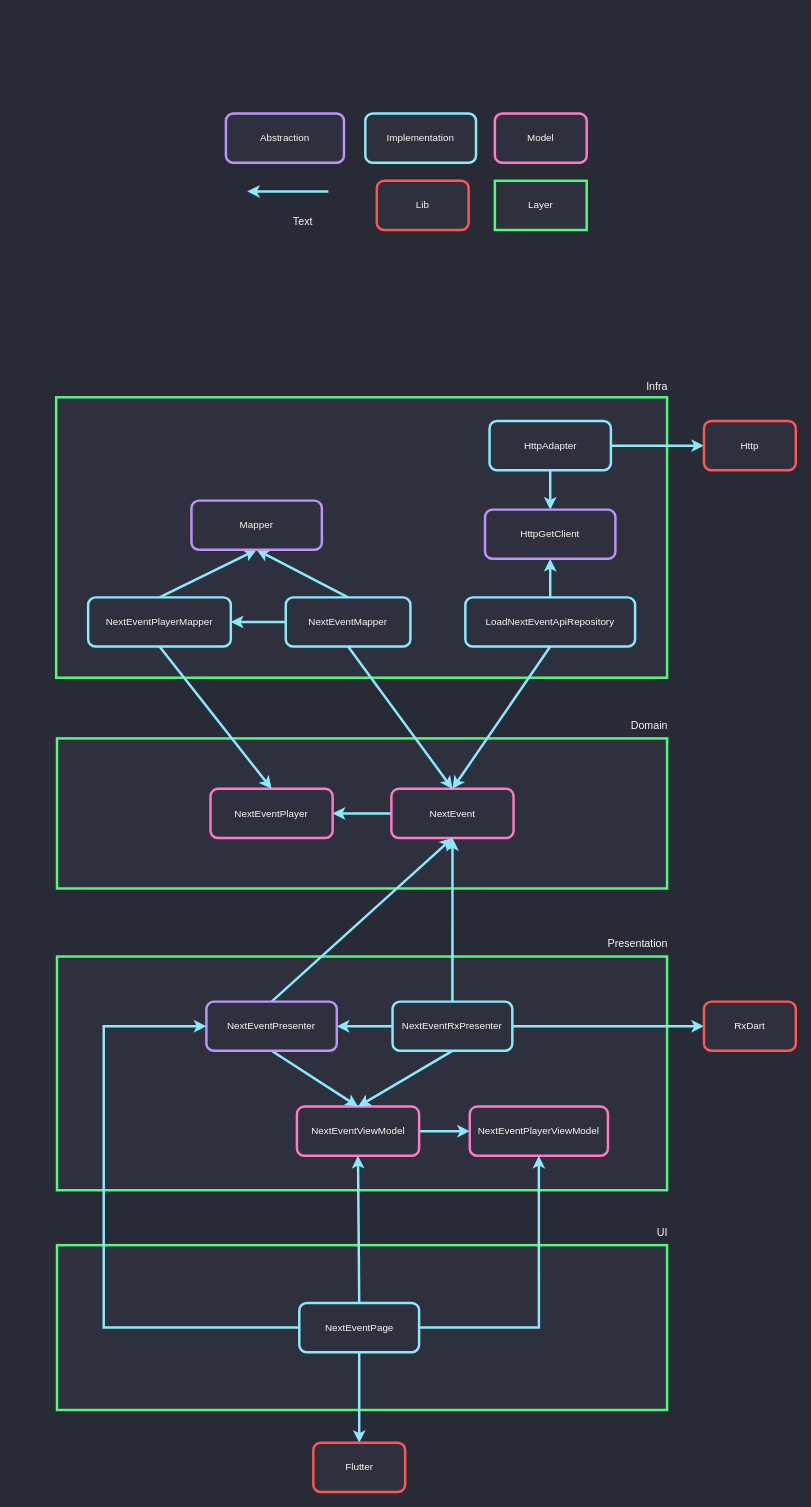
rmanguinho/advanced-flutter keeps this draw.io diagram as docs/dependencies.drawio. Above is the earlier version. Source tidied: cells renumbered, new cells numbered last; positions are measured from the earlier drawing's top-left corner, leaving out a move shared by most shapes. Both pictures are drawn from the tidied source at 82%, with x=0, y=0 at pixel (56, 113).
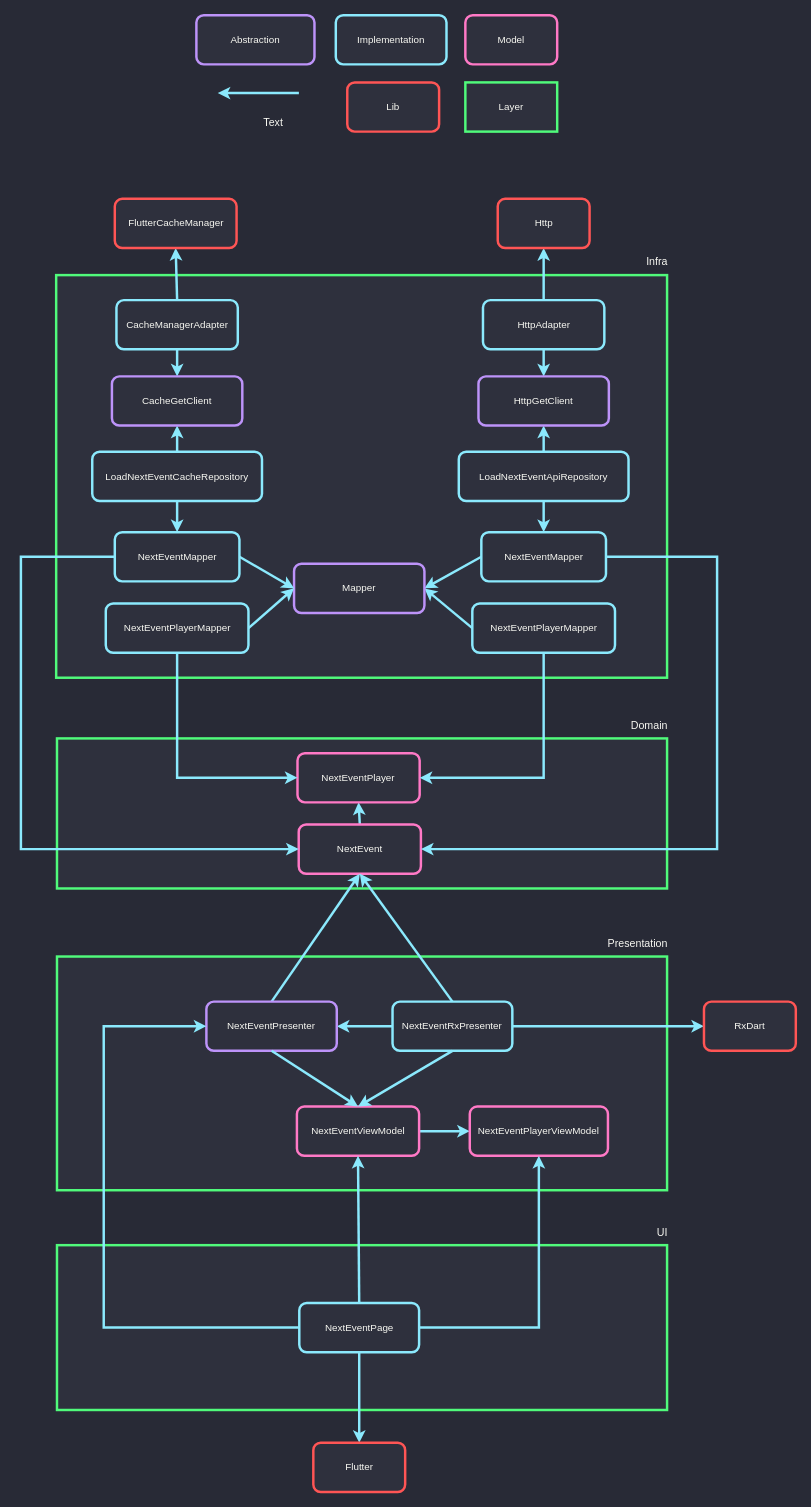
After the change.

Commit message:
update dependencies diagram

Unchanged cells that the change refers to:
```xml
<mxCell id="36" value="NextEventViewModel" style="rounded=1;whiteSpace=wrap;html=1;strokeColor=#FF79C6;fillColor=#2E303D;strokeWidth=3;fontColor=#F8F8F2;" parent="1" vertex="1">
  <mxGeometry x="293.6" y="1211" width="149" height="60" as="geometry" />
</mxCell>
<mxCell id="41" value="NextEventRxPresenter" style="rounded=1;whiteSpace=wrap;html=1;strokeColor=#8BE9FD;fillColor=#2E303D;strokeWidth=3;fontColor=#F8F8F2;" parent="1" vertex="1">
  <mxGeometry x="410.2" y="1083" width="146.1" height="60" as="geometry" />
</mxCell>
<mxCell id="47" value="NextEventPresenter" style="rounded=1;whiteSpace=wrap;html=1;strokeColor=#BD93F9;fillColor=#2E303D;strokeWidth=3;fontColor=#F8F8F2;" parent="1" vertex="1">
  <mxGeometry x="183.2" y="1083" width="159" height="60" as="geometry" />
</mxCell>
```

Diff of the diagram source:
```diff
@@
     <mxCell id="2" value="Abstraction" style="rounded=1;whiteSpace=wrap;html=1;strokeColor=#BD93F9;fillColor=#2E303D;strokeWidth=3;fontColor=#F8F8F2;" parent="1" vertex="1">
-      <mxGeometry x="207" width="144" height="60" as="geometry" />
+      <mxGeometry x="171" y="-120" width="144" height="60" as="geometry" />
     </mxCell>
     <mxCell id="3" value="Model" style="rounded=1;whiteSpace=wrap;html=1;strokeColor=#FF79C6;fillColor=#2E303D;strokeWidth=3;fontColor=#F8F8F2;" parent="1" vertex="1">
-      <mxGeometry x="535" width="112" height="60" as="geometry" />
+      <mxGeometry x="499" y="-120" width="112" height="60" as="geometry" />
     </mxCell>
     <mxCell id="4" value="Text" style="text;html=1;align=right;verticalAlign=middle;spacingTop=0;fontColor=#F8F8F2;fontSize=13;spacing=0;" parent="1" vertex="1">
-      <mxGeometry x="274" y="120" width="38" height="22" as="geometry" />
+      <mxGeometry x="238" width="38" height="22" as="geometry" />
     </mxCell>
@@
     <mxCell id="7" style="edgeStyle=orthogonalEdgeStyle;rounded=0;orthogonalLoop=1;jettySize=auto;html=1;strokeColor=#8BE9FD;strokeWidth=3;" parent="1" edge="1">
       <mxGeometry relative="1" as="geometry">
-        <mxPoint x="332" y="95" as="sourcePoint" />
-        <mxPoint x="233" y="95" as="targetPoint" />
+        <mxPoint x="296" y="-25" as="sourcePoint" />
+        <mxPoint x="197" y="-25" as="targetPoint" />
       </mxGeometry>
     </mxCell>
     <mxCell id="8" value="Implementation" style="rounded=1;whiteSpace=wrap;html=1;strokeColor=#8BE9FD;fillColor=#2E303D;strokeWidth=3;fontColor=#F8F8F2;" parent="1" vertex="1">
-      <mxGeometry x="377" width="135" height="60" as="geometry" />
+      <mxGeometry x="341" y="-120" width="135" height="60" as="geometry" />
     </mxCell>
     <mxCell id="9" value="Layer" style="rounded=0;whiteSpace=wrap;html=1;strokeColor=#50FA7B;fillColor=#2E303D;strokeWidth=3;fontColor=#F8F8F2;" parent="1" vertex="1">
-      <mxGeometry x="535" y="82" width="112" height="60" as="geometry" />
+      <mxGeometry x="499" y="-38" width="112" height="60" as="geometry" />
     </mxCell>
     <mxCell id="10" value="Lib" style="rounded=1;whiteSpace=wrap;html=1;strokeColor=#FF5555;fillColor=#2E303D;strokeWidth=3;fontColor=#F8F8F2;" parent="1" vertex="1">
-      <mxGeometry x="391" y="82" width="112" height="60" as="geometry" />
+      <mxGeometry x="355" y="-38" width="112" height="60" as="geometry" />
     </mxCell>
@@
-    <mxCell id="13" style="edgeStyle=none;html=1;exitX=0;exitY=0.5;exitDx=0;exitDy=0;entryX=1;entryY=0.5;entryDx=0;entryDy=0;rounded=0;strokeColor=#8BE9FD;strokeWidth=3;" parent="1" edge="1" source="14" target="20">
+    <mxCell id="13" style="edgeStyle=none;html=1;exitX=0.5;exitY=0;exitDx=0;exitDy=0;entryX=0.5;entryY=1;entryDx=0;entryDy=0;rounded=0;strokeColor=#8BE9FD;strokeWidth=3;" parent="1" edge="1" source="14" target="20">
       <mxGeometry relative="1" as="geometry" />
     </mxCell>
     <mxCell id="14" value="NextEvent" style="rounded=1;whiteSpace=wrap;html=1;strokeColor=#FF79C6;fillColor=#2E303D;strokeWidth=3;fontColor=#F8F8F2;" parent="1" vertex="1">
-      <mxGeometry x="408.8" y="823.5" width="149" height="60" as="geometry" />
+      <mxGeometry x="295.8" y="867" width="149" height="60" as="geometry" />
     </mxCell>
     <mxCell id="15" style="rounded=0;whiteSpace=wrap;html=1;strokeColor=#50FA7B;fillColor=#2E303D;strokeWidth=3;fontColor=#F8F8F2;" parent="1" vertex="1">
-      <mxGeometry y="346" width="745" height="342" as="geometry" />
+      <mxGeometry y="197" width="745" height="491" as="geometry" />
     </mxCell>
     <mxCell id="16" value="Infra" style="text;html=1;align=right;verticalAlign=middle;spacingTop=0;fontColor=#F8F8F2;fontSize=13;spacing=0;" parent="1" vertex="1">
-      <mxGeometry x="705" y="322" width="40" height="22" as="geometry" />
+      <mxGeometry x="705" y="169" width="40" height="22" as="geometry" />
     </mxCell>
@@
-    <mxCell id="18" style="edgeStyle=none;html=1;exitX=1;exitY=0.5;exitDx=0;exitDy=0;entryX=0;entryY=0.5;entryDx=0;entryDy=0;rounded=0;strokeColor=#8BE9FD;strokeWidth=3;" parent="1" edge="1" source="19" target="25">
+    <mxCell id="18" style="edgeStyle=none;html=1;exitX=0.5;exitY=0;exitDx=0;exitDy=0;rounded=0;strokeColor=#8BE9FD;strokeWidth=3;" parent="1" edge="1" source="19" target="25">
       <mxGeometry relative="1" as="geometry" />
     </mxCell>
     <mxCell id="19" value="HttpAdapter" style="rounded=1;whiteSpace=wrap;html=1;strokeColor=#8BE9FD;fillColor=#2E303D;strokeWidth=3;fontColor=#F8F8F2;" parent="1" vertex="1">
-      <mxGeometry x="528.5" y="375" width="148" height="60" as="geometry" />
+      <mxGeometry x="520.5" y="227.5" width="148" height="60" as="geometry" />
     </mxCell>
     <mxCell id="20" value="NextEventPlayer" style="rounded=1;whiteSpace=wrap;html=1;strokeColor=#FF79C6;fillColor=#2E303D;strokeWidth=3;fontColor=#F8F8F2;" parent="1" vertex="1">
-      <mxGeometry x="188.2" y="823.5" width="149" height="60" as="geometry" />
+      <mxGeometry x="294.3" y="780" width="149" height="60" as="geometry" />
     </mxCell>
-    <mxCell id="21" value="HttpGetClient" style="rounded=1;whiteSpace=wrap;html=1;strokeColor=#BD93F9;fillColor=#2E303D;strokeWidth=3;fontColor=#F8F8F2;" parent="1" vertex="1">
-      <mxGeometry x="523" y="483" width="159" height="60" as="geometry" />
-    </mxCell>
-    <mxCell id="22" style="edgeStyle=none;html=1;exitX=0.5;exitY=1;exitDx=0;exitDy=0;entryX=0.5;entryY=0;entryDx=0;entryDy=0;rounded=0;strokeColor=#8BE9FD;strokeWidth=3;" parent="1" edge="1" source="24" target="14">
-      <mxGeometry relative="1" as="geometry" />
-    </mxCell>
@@
     <mxCell id="24" value="LoadNextEventApiRepository" style="rounded=1;whiteSpace=wrap;html=1;strokeColor=#8BE9FD;fillColor=#2E303D;strokeWidth=3;fontColor=#F8F8F2;" parent="1" vertex="1">
-      <mxGeometry x="499" y="590" width="207" height="60" as="geometry" />
+      <mxGeometry x="491" y="412.5" width="207" height="60" as="geometry" />
     </mxCell>
     <mxCell id="25" value="Http" style="rounded=1;whiteSpace=wrap;html=1;strokeColor=#FF5555;fillColor=#2E303D;strokeWidth=3;fontColor=#F8F8F2;" parent="1" vertex="1">
-      <mxGeometry x="790" y="375" width="112" height="60" as="geometry" />
+      <mxGeometry x="538.5" y="104" width="112" height="60" as="geometry" />
     </mxCell>
-    <mxCell id="26" style="edgeStyle=none;html=1;exitX=0;exitY=0.5;exitDx=0;exitDy=0;entryX=1;entryY=0.5;entryDx=0;entryDy=0;rounded=0;strokeColor=#8BE9FD;strokeWidth=3;" parent="1" edge="1" source="29" target="32">
-      <mxGeometry relative="1" as="geometry" />
-    </mxCell>
-    <mxCell id="27" style="edgeStyle=none;html=1;exitX=0.5;exitY=0;exitDx=0;exitDy=0;entryX=0.5;entryY=1;entryDx=0;entryDy=0;rounded=0;strokeColor=#8BE9FD;strokeWidth=3;" parent="1" edge="1" source="29" target="45">
+    <mxCell id="27" style="edgeStyle=none;html=1;exitX=0;exitY=0.5;exitDx=0;exitDy=0;entryX=1;entryY=0.5;entryDx=0;entryDy=0;rounded=0;strokeColor=#8BE9FD;strokeWidth=3;" parent="1" edge="1" source="29" target="45">
       <mxGeometry relative="1" as="geometry" />
     </mxCell>
-    <mxCell id="28" style="edgeStyle=none;html=1;exitX=0.5;exitY=1;exitDx=0;exitDy=0;entryX=0.5;entryY=0;entryDx=0;entryDy=0;rounded=0;strokeColor=#8BE9FD;strokeWidth=3;" parent="1" edge="1" source="29" target="14">
-      <mxGeometry relative="1" as="geometry" />
+    <mxCell id="28" style="edgeStyle=orthogonalEdgeStyle;html=1;exitX=1;exitY=0.5;exitDx=0;exitDy=0;entryX=1;entryY=0.5;entryDx=0;entryDy=0;rounded=0;strokeColor=#8BE9FD;strokeWidth=3;" parent="1" edge="1" source="29" target="14">
+      <mxGeometry relative="1" as="geometry">
+        <Array as="points">
+          <mxPoint x="806" y="541" />
+          <mxPoint x="806" y="897" />
+        </Array>
+      </mxGeometry>
     </mxCell>
     <mxCell id="29" value="NextEventMapper" style="rounded=1;whiteSpace=wrap;html=1;strokeColor=#8BE9FD;fillColor=#2E303D;strokeWidth=3;fontColor=#F8F8F2;" parent="1" vertex="1">
-      <mxGeometry x="280" y="590" width="152" height="60" as="geometry" />
+      <mxGeometry x="518.5" y="510.5" width="152" height="60" as="geometry" />
     </mxCell>
-    <mxCell id="30" style="edgeStyle=none;html=1;exitX=0.5;exitY=0;exitDx=0;exitDy=0;entryX=0.5;entryY=1;entryDx=0;entryDy=0;rounded=0;strokeColor=#8BE9FD;strokeWidth=3;" parent="1" edge="1" source="32" target="45">
+    <mxCell id="30" style="edgeStyle=none;html=1;exitX=0;exitY=0.5;exitDx=0;exitDy=0;entryX=1;entryY=0.5;entryDx=0;entryDy=0;rounded=0;strokeColor=#8BE9FD;strokeWidth=3;" parent="1" edge="1" source="32" target="45">
       <mxGeometry relative="1" as="geometry" />
     </mxCell>
-    <mxCell id="31" style="edgeStyle=none;html=1;exitX=0.5;exitY=1;exitDx=0;exitDy=0;entryX=0.5;entryY=0;entryDx=0;entryDy=0;rounded=0;strokeColor=#8BE9FD;strokeWidth=3;" parent="1" edge="1" source="32" target="20">
+    <mxCell id="31" style="edgeStyle=orthogonalEdgeStyle;html=1;exitX=0.5;exitY=1;exitDx=0;exitDy=0;entryX=1;entryY=0.5;entryDx=0;entryDy=0;rounded=0;strokeColor=#8BE9FD;strokeWidth=3;" parent="1" edge="1" source="32" target="20">
       <mxGeometry relative="1" as="geometry" />
     </mxCell>
     <mxCell id="32" value="NextEventPlayerMapper" style="rounded=1;whiteSpace=wrap;html=1;strokeColor=#8BE9FD;fillColor=#2E303D;strokeWidth=3;fontColor=#F8F8F2;" parent="1" vertex="1">
-      <mxGeometry x="39" y="590" width="174" height="60" as="geometry" />
+      <mxGeometry x="507.5" y="597.5" width="174" height="60" as="geometry" />
     </mxCell>
@@
-    <mxCell id="37" style="edgeStyle=none;html=1;exitX=0.5;exitY=1;exitDx=0;exitDy=0;entryX=0.5;entryY=0;entryDx=0;entryDy=0;rounded=0;strokeColor=#8BE9FD;strokeWidth=3;" parent="1" edge="1" source="41" target="36">
-      <mxGeometry relative="1" as="geometry" />
-    </mxCell>
@@
-    <mxCell id="42" style="edgeStyle=none;html=1;exitX=0.5;exitY=1;exitDx=0;exitDy=0;entryX=0.5;entryY=0;entryDx=0;entryDy=0;rounded=0;strokeColor=#8BE9FD;strokeWidth=3;" parent="1" edge="1" source="47" target="36">
-      <mxGeometry relative="1" as="geometry" />
-    </mxCell>
@@
-    <mxCell id="45" value="Mapper" style="rounded=1;whiteSpace=wrap;html=1;strokeColor=#BD93F9;fillColor=#2E303D;strokeWidth=3;fontColor=#F8F8F2;" parent="1" vertex="1">
-      <mxGeometry x="165" y="472" width="159" height="60" as="geometry" />
-    </mxCell>
@@
+    <mxCell id="21" value="HttpGetClient" style="rounded=1;whiteSpace=wrap;html=1;strokeColor=#BD93F9;fillColor=#2E303D;strokeWidth=3;fontColor=#F8F8F2;" parent="1" vertex="1">
+      <mxGeometry x="515" y="320.5" width="159" height="60" as="geometry" />
+    </mxCell>
+    <mxCell id="56" style="edgeStyle=none;html=1;exitX=0.5;exitY=1;exitDx=0;exitDy=0;rounded=0;strokeColor=#8BE9FD;strokeWidth=3;entryX=0.5;entryY=0;entryDx=0;entryDy=0;" parent="1" edge="1" source="24" target="29">
+      <mxGeometry relative="1" as="geometry" />
+    </mxCell>
+    <mxCell id="42" style="edgeStyle=none;html=1;exitX=0.5;exitY=1;exitDx=0;exitDy=0;entryX=0.5;entryY=0;entryDx=0;entryDy=0;rounded=0;strokeColor=#8BE9FD;strokeWidth=3;" parent="1" edge="1" source="47" target="36">
+      <mxGeometry relative="1" as="geometry" />
+    </mxCell>
+    <mxCell id="37" style="edgeStyle=none;html=1;exitX=0.5;exitY=1;exitDx=0;exitDy=0;entryX=0.5;entryY=0;entryDx=0;entryDy=0;rounded=0;strokeColor=#8BE9FD;strokeWidth=3;" parent="1" edge="1" source="41" target="36">
+      <mxGeometry relative="1" as="geometry" />
+    </mxCell>
+    <mxCell id="45" value="Mapper" style="rounded=1;whiteSpace=wrap;html=1;strokeColor=#BD93F9;fillColor=#2E303D;strokeWidth=3;fontColor=#F8F8F2;" parent="1" vertex="1">
+      <mxGeometry x="290.1" y="549" width="159" height="60" as="geometry" />
+    </mxCell>
+    <mxCell id="57" style="edgeStyle=none;html=1;exitX=0.5;exitY=1;exitDx=0;exitDy=0;entryX=0.5;entryY=0;entryDx=0;entryDy=0;rounded=0;strokeColor=#8BE9FD;strokeWidth=3;" parent="1" edge="1" source="59" target="69">
+      <mxGeometry relative="1" as="geometry" />
+    </mxCell>
+    <mxCell id="58" style="edgeStyle=none;html=1;exitX=0.5;exitY=0;exitDx=0;exitDy=0;entryX=0.5;entryY=1;entryDx=0;entryDy=0;rounded=0;strokeColor=#8BE9FD;strokeWidth=3;" parent="1" edge="1" source="59" target="70">
+      <mxGeometry relative="1" as="geometry" />
+    </mxCell>
+    <mxCell id="59" value="CacheManagerAdapter" style="rounded=1;whiteSpace=wrap;html=1;strokeColor=#8BE9FD;fillColor=#2E303D;strokeWidth=3;fontColor=#F8F8F2;" parent="1" vertex="1">
+      <mxGeometry x="73.5" y="227.5" width="148" height="60" as="geometry" />
+    </mxCell>
+    <mxCell id="60" style="edgeStyle=none;html=1;exitX=0.5;exitY=1;exitDx=0;exitDy=0;entryX=0.5;entryY=0;entryDx=0;entryDy=0;rounded=0;strokeColor=#8BE9FD;strokeWidth=3;" parent="1" edge="1" source="62" target="65">
+      <mxGeometry relative="1" as="geometry" />
+    </mxCell>
+    <mxCell id="61" style="edgeStyle=none;html=1;exitX=0.5;exitY=0;exitDx=0;exitDy=0;entryX=0.5;entryY=1;entryDx=0;entryDy=0;rounded=0;strokeColor=#8BE9FD;strokeWidth=3;" parent="1" edge="1" source="62" target="69">
+      <mxGeometry relative="1" as="geometry" />
+    </mxCell>
+    <mxCell id="62" value="LoadNextEventCacheRepository" style="rounded=1;whiteSpace=wrap;html=1;strokeColor=#8BE9FD;fillColor=#2E303D;strokeWidth=3;fontColor=#F8F8F2;" parent="1" vertex="1">
+      <mxGeometry x="44" y="412.5" width="207" height="60" as="geometry" />
+    </mxCell>
+    <mxCell id="63" style="edgeStyle=none;html=1;exitX=1;exitY=0.5;exitDx=0;exitDy=0;entryX=0;entryY=0.5;entryDx=0;entryDy=0;rounded=0;strokeColor=#8BE9FD;strokeWidth=3;" parent="1" edge="1" source="65" target="45">
+      <mxGeometry relative="1" as="geometry" />
+    </mxCell>
+    <mxCell id="64" style="edgeStyle=orthogonalEdgeStyle;html=1;exitX=0;exitY=0.5;exitDx=0;exitDy=0;entryX=0;entryY=0.5;entryDx=0;entryDy=0;rounded=0;strokeColor=#8BE9FD;strokeWidth=3;" parent="1" edge="1" source="65" target="14">
+      <mxGeometry relative="1" as="geometry">
+        <Array as="points">
+          <mxPoint x="-43" y="541" />
+          <mxPoint x="-43" y="897" />
+        </Array>
+      </mxGeometry>
+    </mxCell>
+    <mxCell id="65" value="NextEventMapper" style="rounded=1;whiteSpace=wrap;html=1;strokeColor=#8BE9FD;fillColor=#2E303D;strokeWidth=3;fontColor=#F8F8F2;" parent="1" vertex="1">
+      <mxGeometry x="71.5" y="510.5" width="152" height="60" as="geometry" />
+    </mxCell>
+    <mxCell id="66" style="edgeStyle=none;html=1;exitX=1;exitY=0.5;exitDx=0;exitDy=0;entryX=0;entryY=0.5;entryDx=0;entryDy=0;rounded=0;strokeColor=#8BE9FD;strokeWidth=3;" parent="1" edge="1" source="68" target="45">
+      <mxGeometry relative="1" as="geometry" />
+    </mxCell>
+    <mxCell id="67" style="edgeStyle=orthogonalEdgeStyle;html=1;exitX=0.5;exitY=1;exitDx=0;exitDy=0;entryX=0;entryY=0.5;entryDx=0;entryDy=0;rounded=0;strokeColor=#8BE9FD;strokeWidth=3;" parent="1" edge="1" source="68" target="20">
+      <mxGeometry relative="1" as="geometry" />
+    </mxCell>
+    <mxCell id="68" value="NextEventPlayerMapper" style="rounded=1;whiteSpace=wrap;html=1;strokeColor=#8BE9FD;fillColor=#2E303D;strokeWidth=3;fontColor=#F8F8F2;" parent="1" vertex="1">
+      <mxGeometry x="60.5" y="597.5" width="174" height="60" as="geometry" />
+    </mxCell>
+    <mxCell id="69" value="CacheGetClient" style="rounded=1;whiteSpace=wrap;html=1;strokeColor=#BD93F9;fillColor=#2E303D;strokeWidth=3;fontColor=#F8F8F2;" parent="1" vertex="1">
+      <mxGeometry x="68" y="320.5" width="159" height="60" as="geometry" />
+    </mxCell>
+    <mxCell id="70" value="FlutterCacheManager" style="rounded=1;whiteSpace=wrap;html=1;strokeColor=#FF5555;fillColor=#2E303D;strokeWidth=3;fontColor=#F8F8F2;" parent="1" vertex="1">
+      <mxGeometry x="71.5" y="104" width="148.5" height="60" as="geometry" />
+    </mxCell>
```
